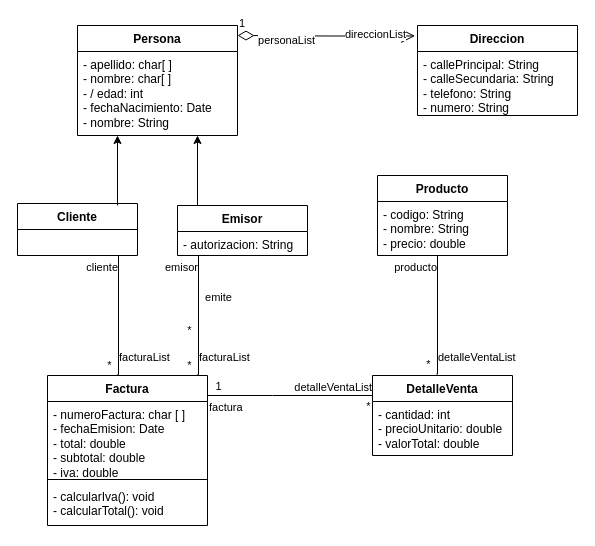
This is Facturación.drawio from FerminEncalada/Diagramas-de-Flujo, a draw.io file, before an edit. Source tidied: cells renumbered, new cells numbered last; positions are measured from the earlier drawing's top-left corner, leaving out a move shared by most shapes. Both pictures are drawn from the tidied source at 100%, with x=0, y=0 at pixel (17, 25).
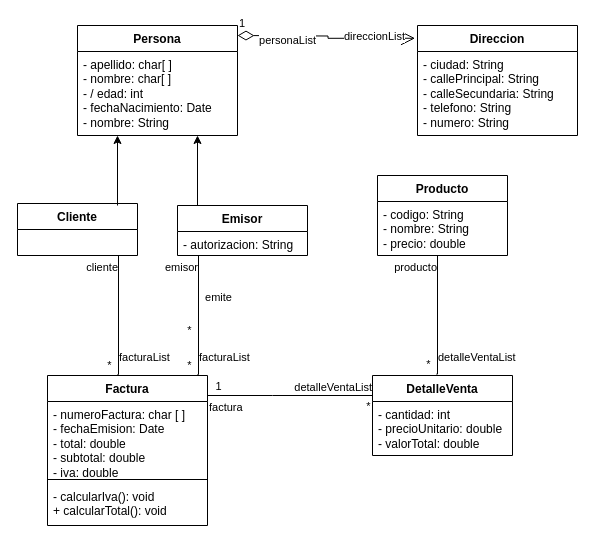
The same diagram, later.

Unchanged cells that the change refers to:
```xml
<mxCell id="12" value="Factura" style="swimlane;fontStyle=1;align=center;verticalAlign=top;horizontal=1;startSize=26;whiteSpace=wrap;html=1;" parent="1" vertex="1">
  <mxGeometry x="30" y="350" width="160" height="150" as="geometry" />
</mxCell>
```

Change to the diagram source:
```diff
@@
     <mxCell id="7" value="Direccion" style="swimlane;fontStyle=1;align=center;verticalAlign=top;horizontal=1;startSize=26;whiteSpace=wrap;html=1;" parent="1" vertex="1">
-      <mxGeometry x="400" width="160" height="90" as="geometry" />
+      <mxGeometry x="400" width="160" height="110" as="geometry" />
     </mxCell>
-    <mxCell id="8" value="- callePrincipal: String&lt;br&gt;- calleSecundaria: String&lt;br&gt;- telefono: String&lt;br&gt;- numero: String" style="text;strokeColor=none;fillColor=none;align=left;verticalAlign=top;spacingLeft=4;spacingRight=4;overflow=hidden;whiteSpace=wrap;html=1;" parent="7" vertex="1">
-      <mxGeometry y="26" width="160" height="64" as="geometry" />
+    <mxCell id="8" value="- ciudad: String&lt;br&gt;- callePrincipal: String&lt;br&gt;- calleSecundaria: String&lt;br&gt;- telefono: String&lt;br&gt;- numero: String" style="text;strokeColor=none;fillColor=none;align=left;verticalAlign=top;spacingLeft=4;spacingRight=4;overflow=hidden;whiteSpace=wrap;html=1;" parent="7" vertex="1">
+      <mxGeometry y="26" width="160" height="84" as="geometry" />
     </mxCell>
@@
-    <mxCell id="15" value="- calcularIva(): void&lt;br&gt;- calcularTotal(): void" style="text;strokeColor=none;fillColor=none;align=left;verticalAlign=top;spacingLeft=4;spacingRight=4;overflow=hidden;whiteSpace=wrap;html=1;" parent="12" vertex="1">
+    <mxCell id="15" value="- calcularIva(): void&lt;br&gt;+ calcularTotal(): void" style="text;strokeColor=none;fillColor=none;align=left;verticalAlign=top;spacingLeft=4;spacingRight=4;overflow=hidden;whiteSpace=wrap;html=1;" parent="12" vertex="1">
       <mxGeometry y="108" width="160" height="42" as="geometry" />
     </mxCell>
```
